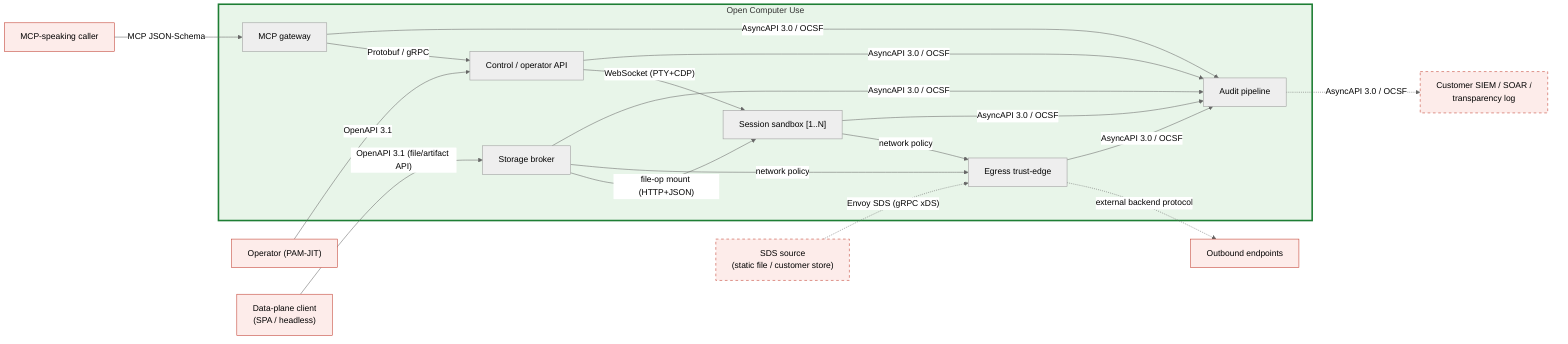
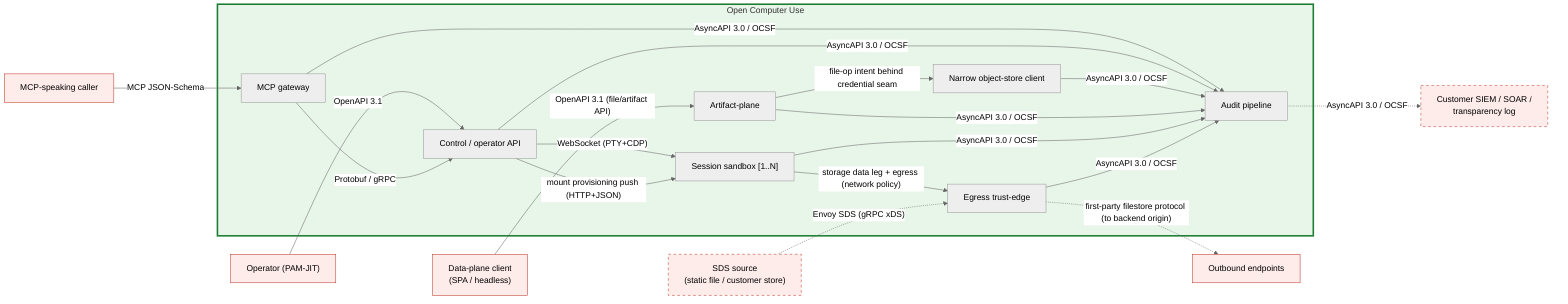
%% SPDX-License-Identifier: FSL-1.1-Apache-2.0
%% Copyright (c) 2025 Open Computer Use Contributors
%% Layer 8 (Contracts) overlay. Referenced from docs/architecture/08-contracts.md.
- %% Same six containers as diagrams/c4-container.mmd; edge labels carry the CONTRACT FORMAT
+ %% Same seven containers as diagrams/c4-container.mmd; edge labels carry the CONTRACT FORMAT
%% on each crossing, not the token/protocol. Zone shading is not redrawn — see Layer 3/6.
%% Solid = OCU-defined or conform-inbound; dashed = external party owns the wire format.

%%{init: {"theme": "neutral"} }%%
flowchart LR

    PEER["MCP-speaking caller"]:::ext
    OPER["Operator (PAM-JIT)"]:::ext
    UPSTREAM["Outbound endpoints"]:::ext
    SDS["SDS source<br/>(static file / customer store)"]:::extOpt
    SINK["Customer SIEM / SOAR /<br/>transparency log"]:::extOpt
    DPC["Data-plane client<br/>(SPA / headless)"]:::ext

    subgraph OCU["Open Computer Use"]
        MCPG["MCP gateway"]
        CTRL["Control / operator API"]
-         STORE["Storage broker"]
+         OSC["Narrow object-store client"]
+         AP["Artifact-plane"]
        VM["Session sandbox [1..N]"]
        EDGE["Egress trust-edge"]
        AUD["Audit pipeline"]
    end

    PEER -->|"MCP JSON-Schema"| MCPG
    OPER -->|"OpenAPI 3.1"| CTRL
    MCPG -->|"Protobuf / gRPC"| CTRL
    CTRL -->|"WebSocket (PTY+CDP)"| VM
-     STORE -->|"file-op mount (HTTP+JSON)"| VM
-     DPC -->|"OpenAPI 3.1 (file/artifact API)"| STORE
-     VM -->|"network policy"| EDGE
+     CTRL -->|"mount provisioning push (HTTP+JSON)"| VM
+     DPC -->|"OpenAPI 3.1 (file/artifact API)"| AP
+     AP -->|"file-op intent behind credential seam"| OSC
+     VM -->|"storage data leg + egress (network policy)"| EDGE
    SDS -.->|"Envoy SDS (gRPC xDS)"| EDGE
-     STORE -->|"network policy"| EDGE
-     EDGE -.->|"external backend protocol"| UPSTREAM
+     EDGE -.->|"first-party filestore protocol (to backend origin)"| UPSTREAM

    MCPG -->|"AsyncAPI 3.0 / OCSF"| AUD
    CTRL -->|"AsyncAPI 3.0 / OCSF"| AUD
-     STORE -->|"AsyncAPI 3.0 / OCSF"| AUD
+     OSC -->|"AsyncAPI 3.0 / OCSF"| AUD
+     AP -->|"AsyncAPI 3.0 / OCSF"| AUD
    VM -->|"AsyncAPI 3.0 / OCSF"| AUD
    EDGE -->|"AsyncAPI 3.0 / OCSF"| AUD
    AUD -.->|"AsyncAPI 3.0 / OCSF"| SINK

    classDef ext fill:#fdecea,stroke:#c0392b,stroke-width:1px;
    classDef extOpt fill:#fdecea,stroke:#c0392b,stroke-dasharray: 5 5;
    style OCU fill:#e8f5e9,stroke:#1e7e34,stroke-width:3px;
